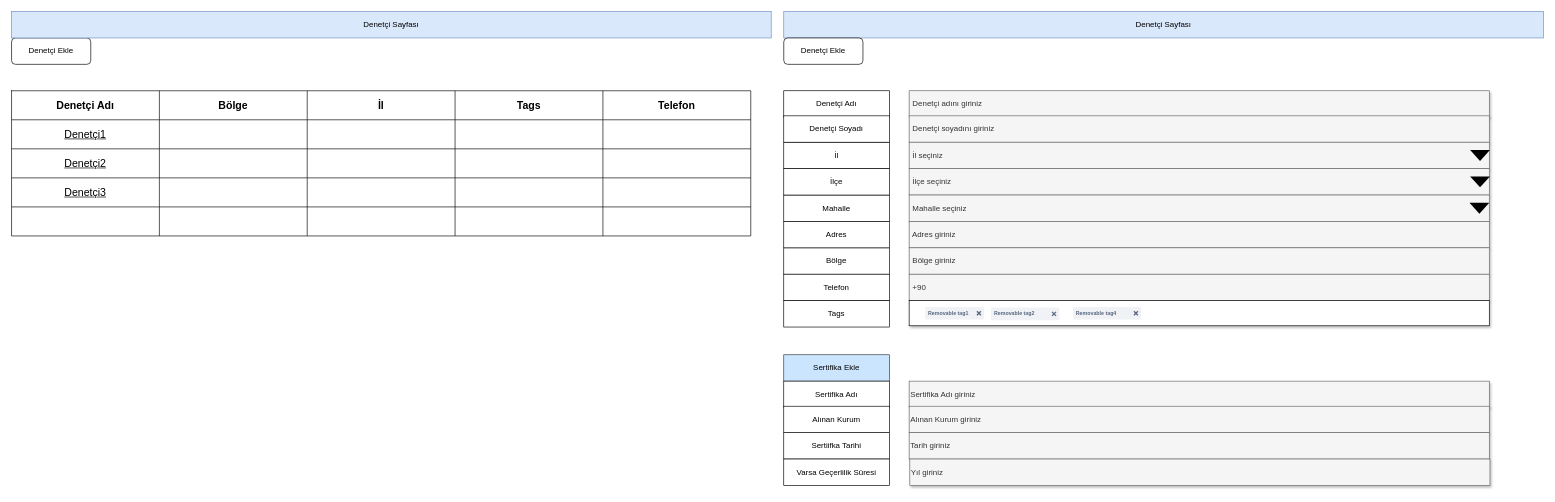
This is page "Denetçi" (2 of 4) of Defining Pages.drawio from baydioglu/draw.io, a draw.io file, before an edit. Source tidied: cells renumbered, new cells numbered last; positions are measured from the earlier drawing's top-left corner, leaving out a move shared by most shapes. Both pictures are drawn from the tidied source at 66%, with x=0, y=0 at pixel (11, 11). Pictures stored in the file or linked from it are replaced by grey dashed boxes.
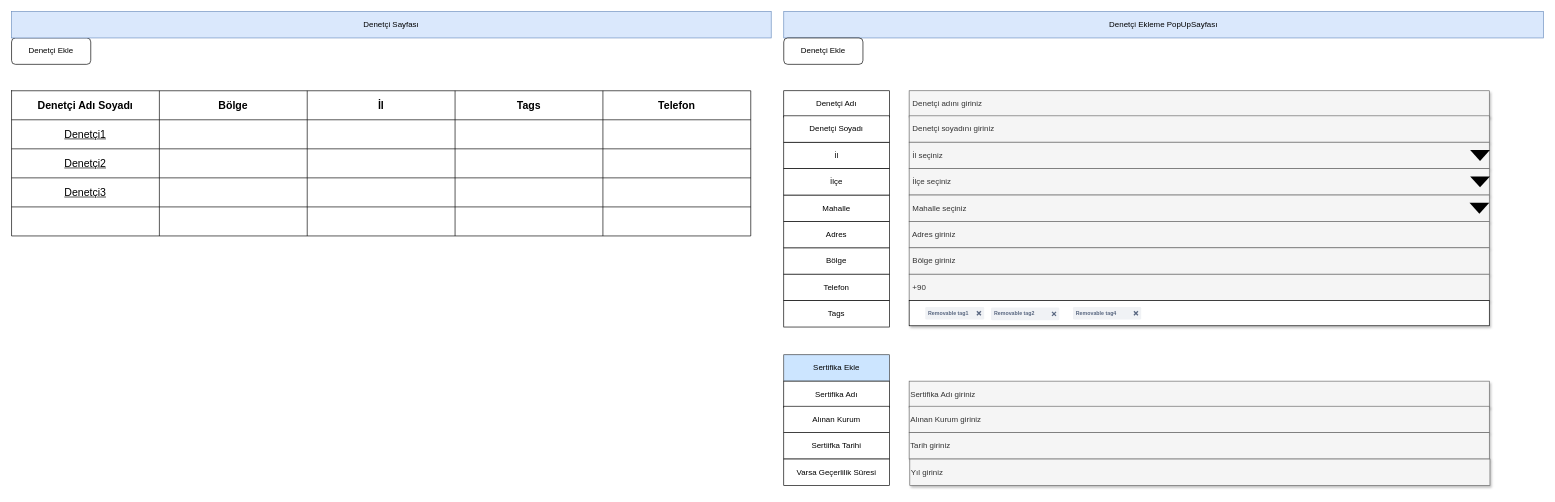
The same page after the edit.

The change refers to these unchanged cells:
```xml
<mxCell id="5" style="shape=tableRow;horizontal=0;startSize=0;swimlaneHead=0;swimlaneBody=0;strokeColor=inherit;top=0;left=0;bottom=0;right=0;fillColor=none;fontSize=16;" parent="4" vertex="1">
  <mxGeometry width="1120" height="44" as="geometry" />
</mxCell>
```

Change to the diagram source:
```diff
@@
-    <mxCell id="6" value="Denetçi Adı" style="shape=partialRectangle;html=1;whiteSpace=wrap;strokeColor=inherit;overflow=hidden;fillColor=none;top=0;left=0;bottom=0;right=0;fontSize=16;fontStyle=1;" parent="5" vertex="1">
+    <mxCell id="6" value="Denetçi Adı Soyadı" style="shape=partialRectangle;html=1;whiteSpace=wrap;strokeColor=inherit;overflow=hidden;fillColor=none;top=0;left=0;bottom=0;right=0;fontSize=16;fontStyle=1;" parent="5" vertex="1">
       <mxGeometry width="224" height="44" as="geometry" />
     </mxCell>
@@
-    <mxCell id="47" value="Denetçi Sayfası" style="rounded=0;whiteSpace=wrap;html=1;fillColor=#dae8fc;strokeColor=#6c8ebf;" parent="1" vertex="1">
+    <mxCell id="47" value="Denetçi Ekleme PopUpSayfası" style="rounded=0;whiteSpace=wrap;html=1;fillColor=#dae8fc;strokeColor=#6c8ebf;" parent="1" vertex="1">
       <mxGeometry x="1170" width="1151" height="40" as="geometry" />
     </mxCell>
```
